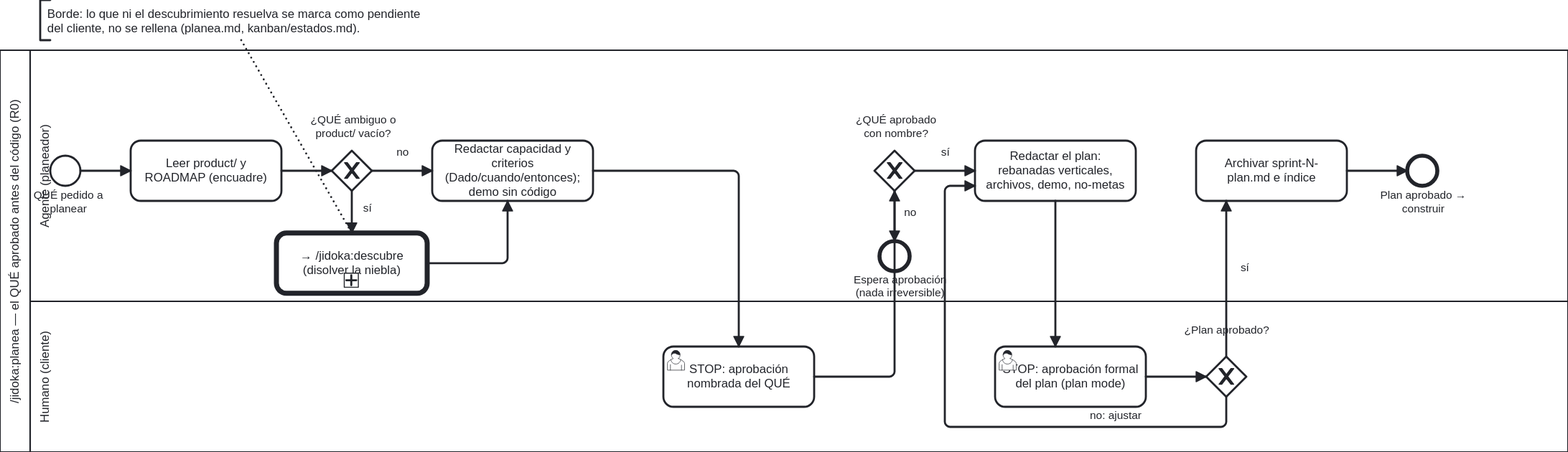
Before: docs/atlas/render/12-planea-as-is.svg, a diagram exported from BPMN (ArmandoMedina/jidoka). Its source is kept beside it as docs/atlas/10-ritual/12-planea-as-is.bpmn. Ids are renumbered.
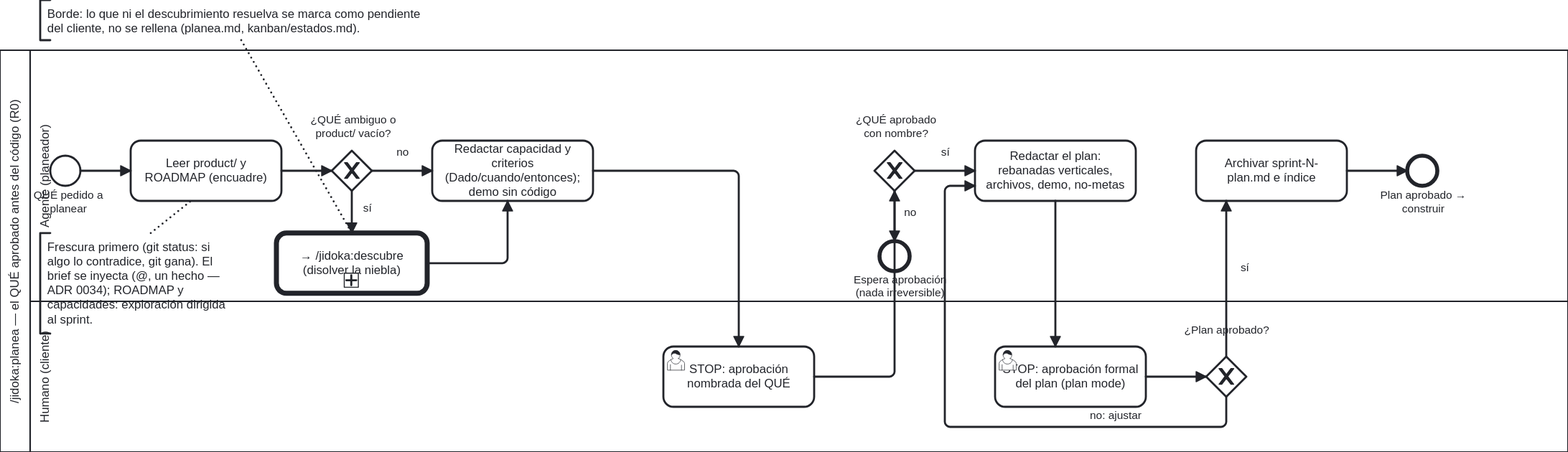
Later version of the same file.

Commit message:
refactor(planea): encuadra el comando al principio determinista

What changed in the source:
```diff
@@ -96,6 +96,10 @@
       <bpmn:text>Borde: lo que ni el descubrimiento resuelva se marca como pendiente del cliente, no se rellena (planea.md, kanban/estados.md).</bpmn:text>
     </bpmn:textAnnotation>
     <bpmn:association id="Assoc_Pendiente" sourceRef="Ann_Pendiente" targetRef="Call_Descubre"/>
+    <bpmn:textAnnotation id="Ann_Leer">
+      <bpmn:text>Frescura primero (git status: si algo lo contradice, git gana). El brief se inyecta (@, un hecho — ADR 0034); ROADMAP y capacidades: exploración dirigida al sprint.</bpmn:text>
+    </bpmn:textAnnotation>
+    <bpmn:association id="Assoc_Leer" sourceRef="Ann_Leer" targetRef="T_Leer"/>
   </bpmn:process>
   <bpmndi:BPMNDiagram id="Diagram_12_Planea">
     <bpmndi:BPMNPlane id="Plane_12_Planea" bpmnElement="Collab_Planea">
@@ -220,6 +224,13 @@
       <bpmndi:BPMNShape id="Shape_Ann_Pendiente" bpmnElement="Ann_Pendiente">
         <dc:Bounds x="200" y="30" width="400" height="40"/>
       </bpmndi:BPMNShape>
+      <bpmndi:BPMNShape id="Shape_Ann_Leer" bpmnElement="Ann_Leer">
+        <dc:Bounds x="200" y="262" width="200" height="100"/>
+      </bpmndi:BPMNShape>
+      <bpmndi:BPMNEdge id="Edge_Assoc_Leer" bpmnElement="Assoc_Leer">
+        <di:waypoint x="310" y="262"/>
+        <di:waypoint x="350" y="230"/>
+      </bpmndi:BPMNEdge>
       <bpmndi:BPMNEdge id="Edge_Assoc_Pendiente" bpmnElement="Assoc_Pendiente">
         <di:waypoint x="400" y="70"/>
         <di:waypoint x="510" y="262"/>
```
